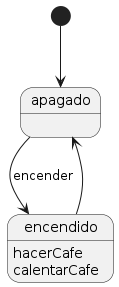
mmasias/IdSw1-22-23 keeps this PlantUML diagram as images/maquinaDeCafe_A_DdE.png. Above is the earlier version. Its diagram source:
```plantuml
@startuml

state apagado
state encendido: hacerCafe
encendido: calentarCafe

[*] --> apagado
encendido --> apagado
apagado --> encendido : encender

@enduml
```
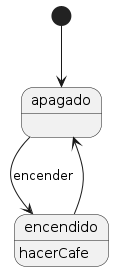
Later version of the same file.

The edit, as a diff of the source:
```diff
@@ -2,7 +2,6 @@
 
 state apagado
 state encendido: hacerCafe
-encendido: calentarCafe
 
 [*] --> apagado
 encendido --> apagado
```
